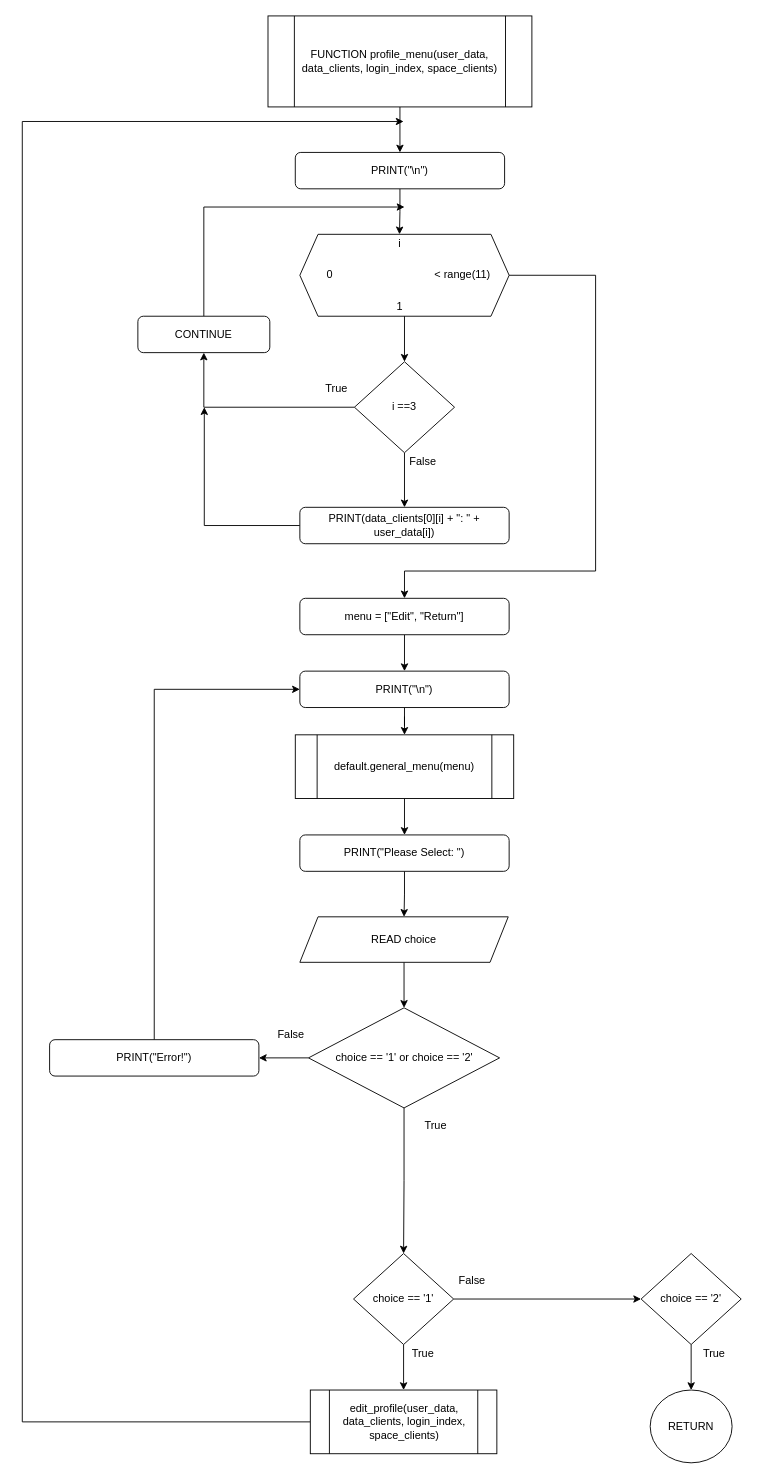
RabbitBear00/Car-Rental-System keeps this draw.io diagram as Flowchart/clients/profile_menu.drawio. Above is the earlier version. Source tidied: cells renumbered, new cells numbered last; positions are measured from the earlier drawing's top-left corner, leaving out a move shared by most shapes. Both pictures are drawn from the tidied source at 91%, with x=0, y=0 at pixel (22, 15).
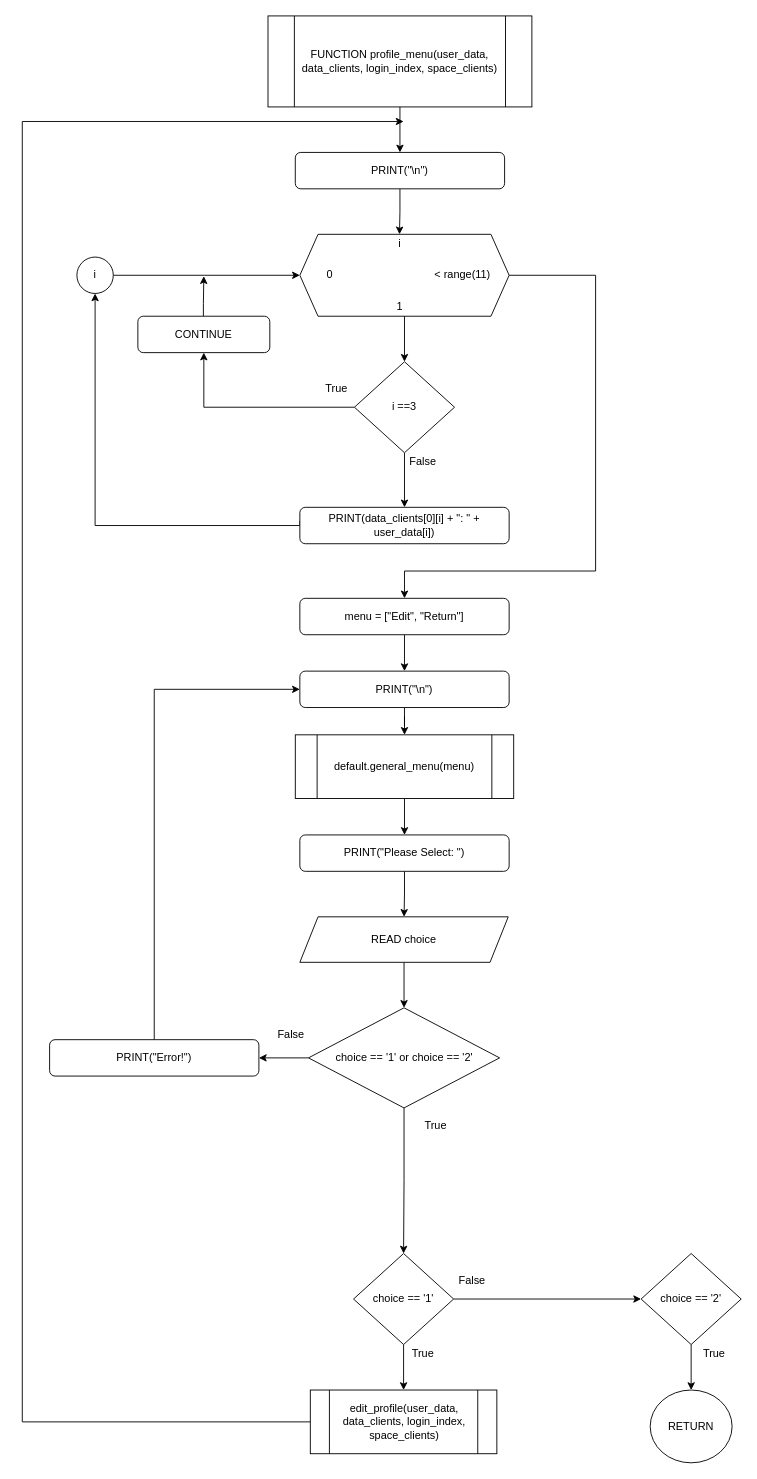
After the change.

The change refers to these unchanged cells:
```xml
<mxCell id="3" style="shape=hexagon;perimeter=hexagonPerimeter2;whiteSpace=wrap;html=1;fixedSize=1;" parent="2" vertex="1">
  <mxGeometry width="230" height="90" as="geometry" />
</mxCell>
<mxCell id="14" value="PRINT(data_clients[0][i] + &quot;: &quot; + user_data[i])" style="rounded=1;whiteSpace=wrap;html=1;" parent="1" vertex="1">
  <mxGeometry x="305" y="540" width="230" height="40" as="geometry" />
</mxCell>
<mxCell id="50" value="CONTINUE" style="rounded=1;whiteSpace=wrap;html=1;" parent="1" vertex="1">
  <mxGeometry x="127" y="330" width="145" height="40" as="geometry" />
</mxCell>
```

The edit, as a diff of the source:
```diff
@@
-    <mxCell id="13" style="edgeStyle=orthogonalEdgeStyle;rounded=0;jettySize=auto;html=1;exitX=0;exitY=0.5;exitDx=0;exitDy=0;" parent="1" edge="1" source="14">
+    <mxCell id="13" style="edgeStyle=orthogonalEdgeStyle;rounded=0;orthogonalLoop=1;jettySize=auto;html=1;exitX=0;exitY=0.5;exitDx=0;exitDy=0;" parent="1" edge="1">
       <mxGeometry relative="1" as="geometry">
-        <mxPoint x="200" y="430" as="targetPoint" />
+        <mxPoint x="305" y="555" as="sourcePoint" />
+        <mxPoint x="80" y="305" as="targetPoint" />
         <Array as="points">
-          <mxPoint x="200" y="560" />
+          <mxPoint x="305" y="560" />
+          <mxPoint x="80" y="560" />
         </Array>
       </mxGeometry>
     </mxCell>
@@
-    <mxCell id="49" style="edgeStyle=orthogonalEdgeStyle;rounded=0;jettySize=auto;html=1;endFill=1;" parent="1" edge="1" source="50">
-      <mxGeometry relative="1" as="geometry">
-        <mxPoint x="420" y="210" as="targetPoint" />
-        <Array as="points">
-          <mxPoint x="200" y="210" />
-        </Array>
-      </mxGeometry>
-    </mxCell>
+    <mxCell id="51" style="edgeStyle=orthogonalEdgeStyle;rounded=0;orthogonalLoop=1;jettySize=auto;html=1;endArrow=classic;endFill=1;" parent="1" edge="1">
+      <mxGeometry relative="1" as="geometry">
+        <mxPoint x="199" y="330" as="sourcePoint" />
+        <mxPoint x="199.5" y="286" as="targetPoint" />
+        <Array as="points">
+          <mxPoint x="199.5" y="316" />
+          <mxPoint x="199.5" y="316" />
+        </Array>
+      </mxGeometry>
+    </mxCell>
@@
+    <mxCell id="52" style="edgeStyle=orthogonalEdgeStyle;rounded=0;jettySize=auto;html=1;exitX=1;exitY=0.5;exitDx=0;exitDy=0;entryX=0;entryY=0.5;entryDx=0;entryDy=0;endArrow=classic;endFill=1;" parent="1" edge="1" source="53" target="3">
+      <mxGeometry relative="1" as="geometry">
+        <Array as="points">
+          <mxPoint x="200" y="285" />
+          <mxPoint x="200" y="285" />
+        </Array>
+      </mxGeometry>
+    </mxCell>
+    <mxCell id="53" value="i" style="ellipse;whiteSpace=wrap;html=1;" parent="1" vertex="1">
+      <mxGeometry x="60" y="265" width="40" height="40" as="geometry" />
+    </mxCell>
```
